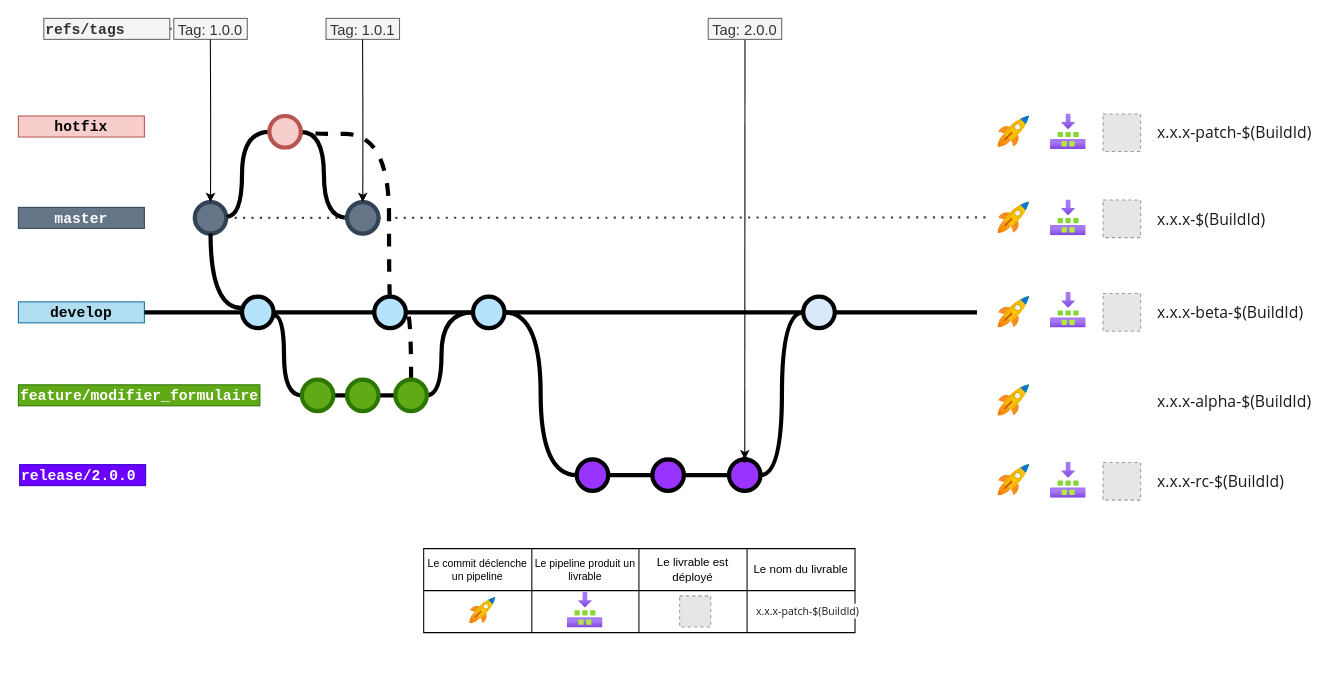
Above: page "Interaction lfow-pipeline" (2 of 6) of BP_SAC_gitflow.drawio in jmrablat/GITFLOW-BP-SAC (draw.io), before the change. Source tidied: cells renumbered, new cells numbered last; positions are measured from the earlier drawing's top-left corner, leaving out a move shared by most shapes. Both pictures are drawn from the tidied source at 105%, with x=0, y=0 at pixel (18, 18). Pictures stored in the file or linked from it are replaced by grey dashed boxes.
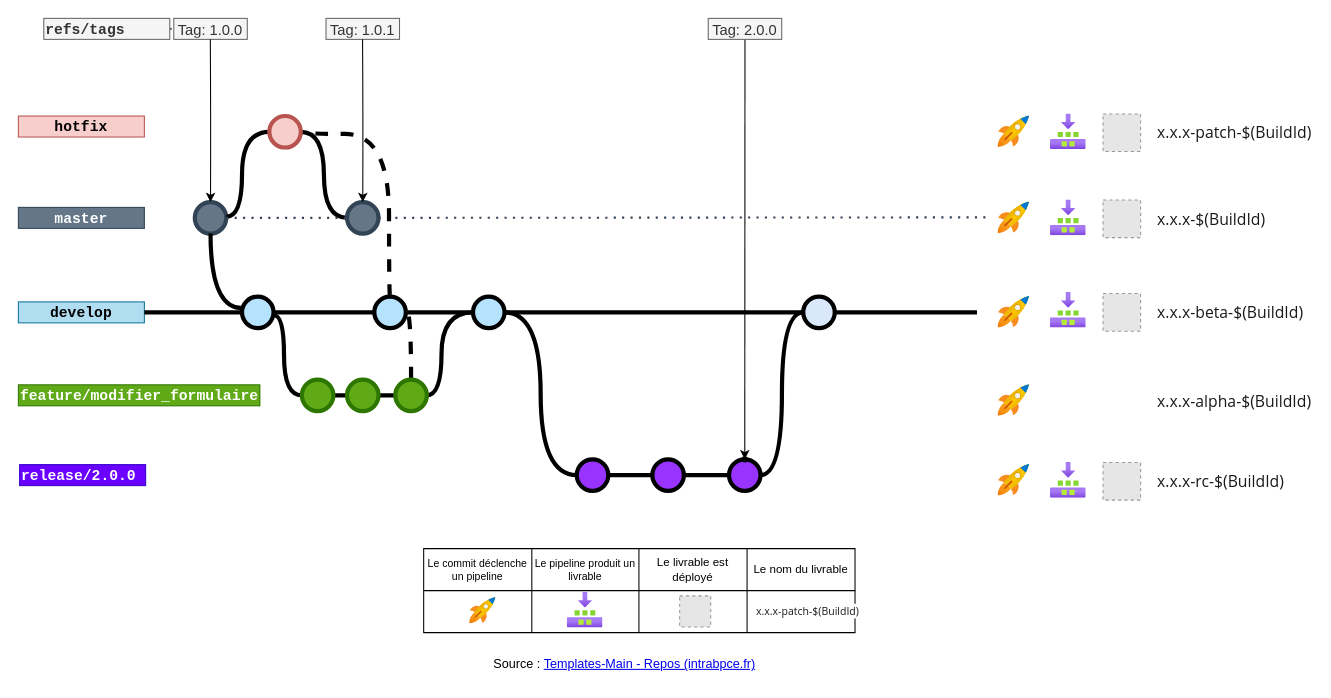
Above is the later version.

The edit, as a diff of the source:
```diff
@@
+    <mxCell id="81" value="Source :&amp;nbsp;&lt;a href=&quot;https://tfs.mycloud.intrabpce.fr/IBP-C3ULG-INDUS/C3ULG-Templates-Main/_git/Templates-Main&quot;&gt;Templates-Main - Repos (intrabpce.fr)&lt;/a&gt;" style="text;html=1;align=center;verticalAlign=middle;strokeColor=none;fillColor=none;" parent="1" vertex="1">
+      <mxGeometry x="441.8" y="600" width="270" height="30" as="geometry" />
+    </mxCell>
```
